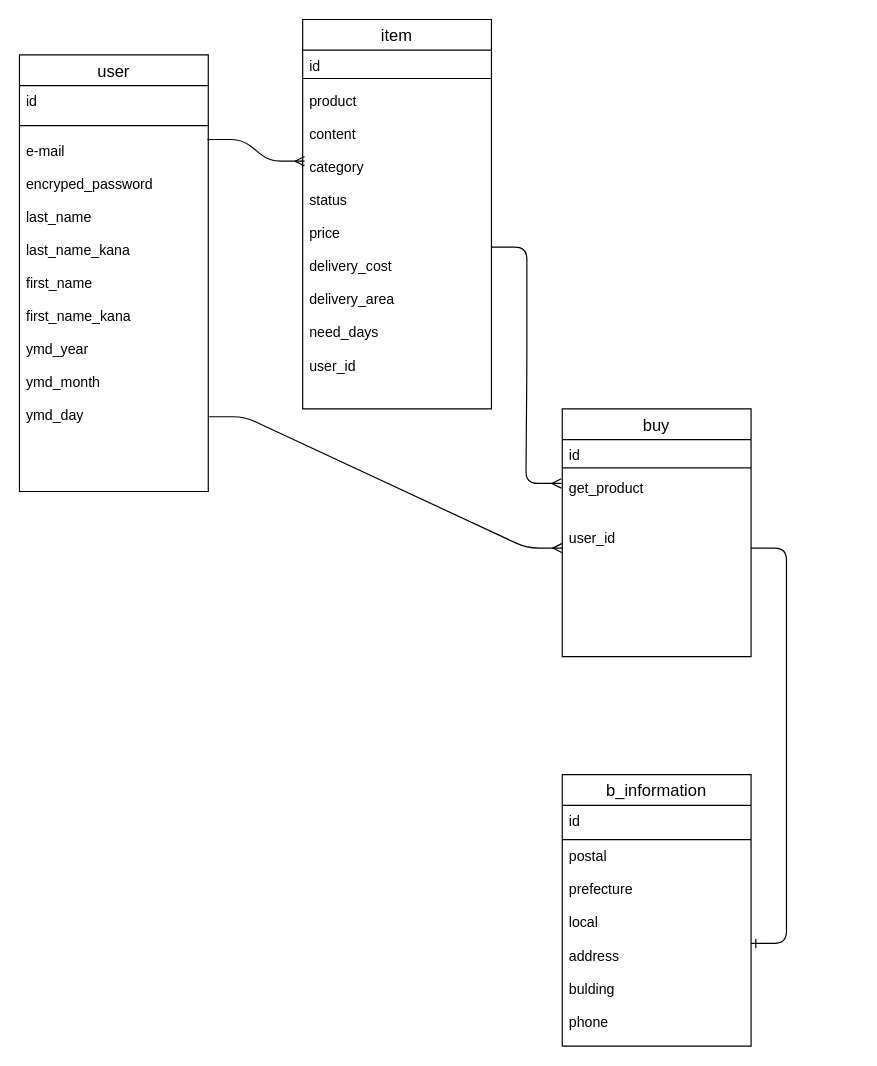
Above: furima_table.dio in hhiirroosshhii/furima-39859 (draw.io), before the change. Source tidied: cells renumbered, new cells numbered last; positions are measured from the earlier drawing's top-left corner, leaving out a move shared by most shapes. Both pictures are drawn from the tidied source at 118%, with x=0, y=0 at pixel (19, 19).
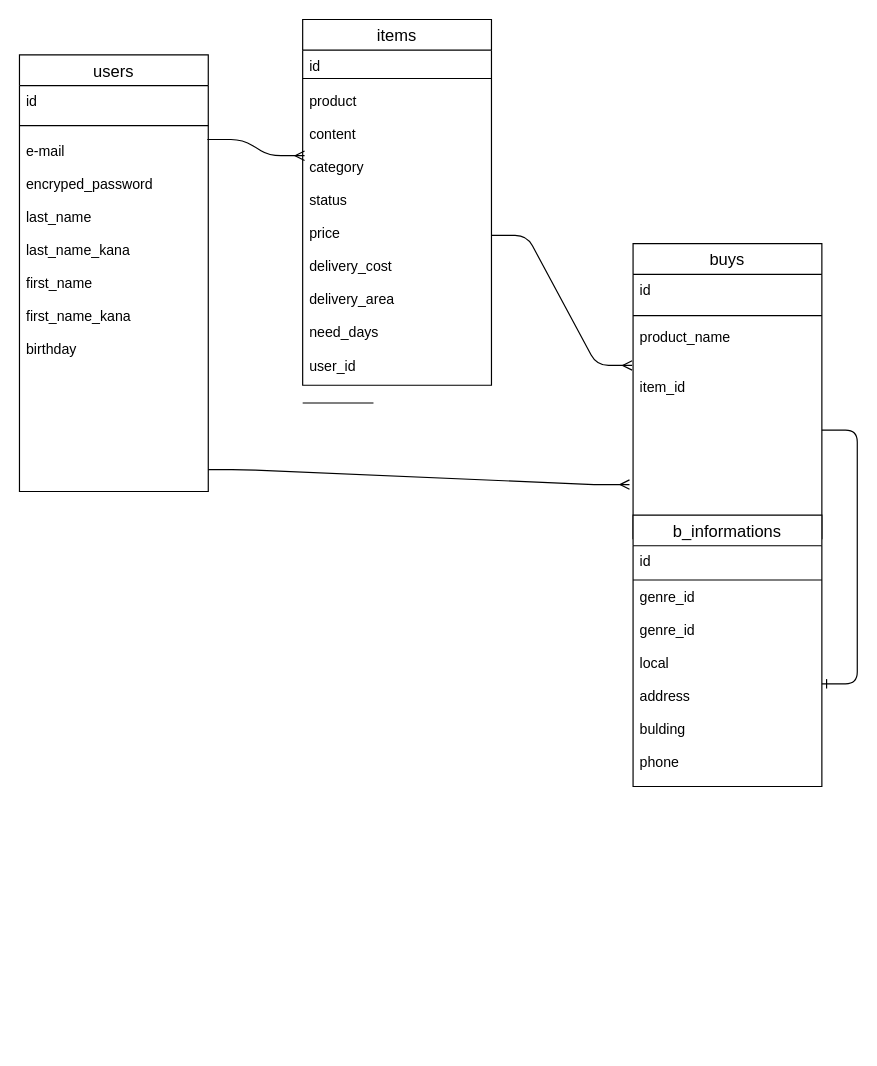
After the change.

Diff of the diagram source:
```diff
@@
-    <mxCell id="2" value="user" style="swimlane;fontStyle=0;horizontal=1;startSize=26;align=center;fontSize=14;" parent="1" vertex="1">
+    <mxCell id="2" value="users" style="swimlane;fontStyle=0;horizontal=1;startSize=26;align=center;fontSize=14;" parent="1" vertex="1">
       <mxGeometry y="30" width="160" height="370" as="geometry" />
     </mxCell>
@@
-    <mxCell id="4" value="id&#10;&#10;&#10;e-mail&#10;&#10;encryped_password&#10;&#10;last_name&#10;&#10;last_name_kana&#10;&#10;first_name&#10;&#10;first_name_kana&#10;&#10;ymd_year&#10;&#10;ymd_month&#10;&#10;ymd_day" style="text;strokeColor=none;fillColor=none;spacingLeft=4;spacingRight=4;overflow=hidden;points=[[0,0.5],[1,0.5]];portConstraint=eastwest;fontSize=12;" parent="2" vertex="1">
+    <mxCell id="4" value="id&#10;&#10;&#10;e-mail&#10;&#10;encryped_password&#10;&#10;last_name&#10;&#10;last_name_kana&#10;&#10;first_name&#10;&#10;first_name_kana&#10;&#10;birthday" style="text;strokeColor=none;fillColor=none;spacingLeft=4;spacingRight=4;overflow=hidden;points=[[0,0.5],[1,0.5]];portConstraint=eastwest;fontSize=12;" parent="2" vertex="1">
       <mxGeometry y="26" width="160" height="344" as="geometry" />
     </mxCell>
-    <mxCell id="5" value="buy" style="swimlane;fontStyle=0;horizontal=1;startSize=26;align=center;fontSize=14;" parent="1" vertex="1">
-      <mxGeometry x="460" y="330" width="160" height="210" as="geometry" />
+    <mxCell id="5" value="buys" style="swimlane;fontStyle=0;horizontal=1;startSize=26;align=center;fontSize=14;" parent="1" vertex="1">
+      <mxGeometry x="520" y="190" width="160" height="250" as="geometry" />
     </mxCell>
-    <mxCell id="6" style="endArrow=none;html=1;rounded=0;" parent="5" edge="1">
-      <mxGeometry relative="1" as="geometry">
-        <mxPoint y="50" as="sourcePoint" />
-        <mxPoint x="160" y="50" as="targetPoint" />
-      </mxGeometry>
-    </mxCell>
+    <mxCell id="20" value="id" style="text;strokeColor=none;fillColor=none;spacingLeft=4;spacingRight=4;overflow=hidden;fontSize=12;" parent="5" vertex="1">
+      <mxGeometry y="26" width="160" height="30" as="geometry" />
+    </mxCell>
+    <mxCell id="21" style="line;strokeWidth=1;dashed=0;labelPosition=right;align=left;verticalAlign=middle;spacingTop=0;spacingLeft=6;" parent="5" vertex="1">
+      <mxGeometry y="56" width="160" height="10" as="geometry" />
+    </mxCell>
-    <mxCell id="7" value="id&#10;&#10;get_product&#10;&#10;&#10;user_id" style="text;strokeColor=none;fillColor=none;spacingLeft=4;spacingRight=4;overflow=hidden;points=[[0,0.5],[1,0.5]];portConstraint=eastwest;fontSize=12;" parent="5" vertex="1">
-      <mxGeometry y="26" width="160" height="184" as="geometry" />
+    <mxCell id="7" value="product_name&#10;&#10;&#10;item_id" style="text;strokeColor=none;fillColor=none;spacingLeft=4;spacingRight=4;overflow=hidden;points=[[0,0.5],[1,0.5]];portConstraint=eastwest;fontSize=12;" parent="5" vertex="1">
+      <mxGeometry y="66" width="160" height="184" as="geometry" />
     </mxCell>
-    <mxCell id="8" value="item" style="swimlane;fontStyle=0;horizontal=1;startSize=26;align=center;fontSize=14;" parent="1" vertex="1">
-      <mxGeometry x="240" width="160" height="330" as="geometry" />
+    <mxCell id="8" value="items" style="swimlane;fontStyle=0;horizontal=1;startSize=26;align=center;fontSize=14;" parent="1" vertex="1">
+      <mxGeometry x="240" width="160" height="310" as="geometry" />
     </mxCell>
@@
     <mxCell id="11" value="product&#10;&#10;content&#10;&#10;category&#10;&#10;status&#10;&#10;price&#10;&#10;delivery_cost&#10;&#10;delivery_area&#10;&#10;need_days&#10;&#10;user_id" style="text;strokeColor=none;fillColor=none;spacingLeft=4;spacingRight=4;overflow=hidden;points=[[0,0.5],[1,0.5]];portConstraint=eastwest;fontSize=12;" parent="8" vertex="1">
-      <mxGeometry y="56" width="160" height="274" as="geometry" />
+      <mxGeometry y="56" width="160" height="254" as="geometry" />
     </mxCell>
-    <mxCell id="12" value="b_information" style="swimlane;fontStyle=0;horizontal=1;startSize=26;align=center;fontSize=14;" parent="1" vertex="1">
-      <mxGeometry x="460" y="640" width="160" height="230" as="geometry" />
+    <mxCell id="12" value="b_informations" style="swimlane;fontStyle=0;horizontal=1;startSize=26;align=center;fontSize=14;" parent="1" vertex="1">
+      <mxGeometry x="520" y="420" width="160" height="230" as="geometry" />
     </mxCell>
@@
-    <mxCell id="15" value="postal&#10;&#10;prefecture&#10;&#10;local&#10;&#10;address&#10;&#10;bulding&#10;&#10;phone" style="text;strokeColor=none;fillColor=none;spacingLeft=4;spacingRight=4;overflow=hidden;points=[[0,0.5],[1,0.5]];portConstraint=eastwest;fontSize=12;" parent="12" vertex="1">
+    <mxCell id="15" value="genre_id&#10;&#10;genre_id&#10;&#10;local&#10;&#10;address&#10;&#10;bulding&#10;&#10;phone" style="text;strokeColor=none;fillColor=none;spacingLeft=4;spacingRight=4;overflow=hidden;points=[[0,0.5],[1,0.5]];portConstraint=eastwest;fontSize=12;" parent="12" vertex="1">
       <mxGeometry y="56" width="160" height="174" as="geometry" />
     </mxCell>
@@
-    <mxCell id="17" style="edgeStyle=entityRelationEdgeStyle;fontSize=12;html=1;endArrow=ERmany;entryX=0;entryY=0.5;entryDx=0;entryDy=0;exitX=1.005;exitY=0.816;exitDx=0;exitDy=0;exitPerimeter=0;" parent="1" edge="1" source="4" target="7">
+    <mxCell id="17" style="edgeStyle=entityRelationEdgeStyle;fontSize=12;html=1;endArrow=ERmany;entryX=-0.019;entryY=0.751;entryDx=0;entryDy=0;exitX=1;exitY=0.946;exitDx=0;exitDy=0;exitPerimeter=0;entryPerimeter=0;" parent="1" edge="1" source="4" target="7">
       <mxGeometry relative="1" as="geometry" />
     </mxCell>
@@
+    <mxCell id="22" style="line;strokeWidth=1;dashed=0;labelPosition=right;align=left;verticalAlign=middle;spacingTop=0;spacingLeft=6;" parent="1" vertex="1">
+      <mxGeometry x="240" y="320" width="60" height="10" as="geometry" />
+    </mxCell>
```
